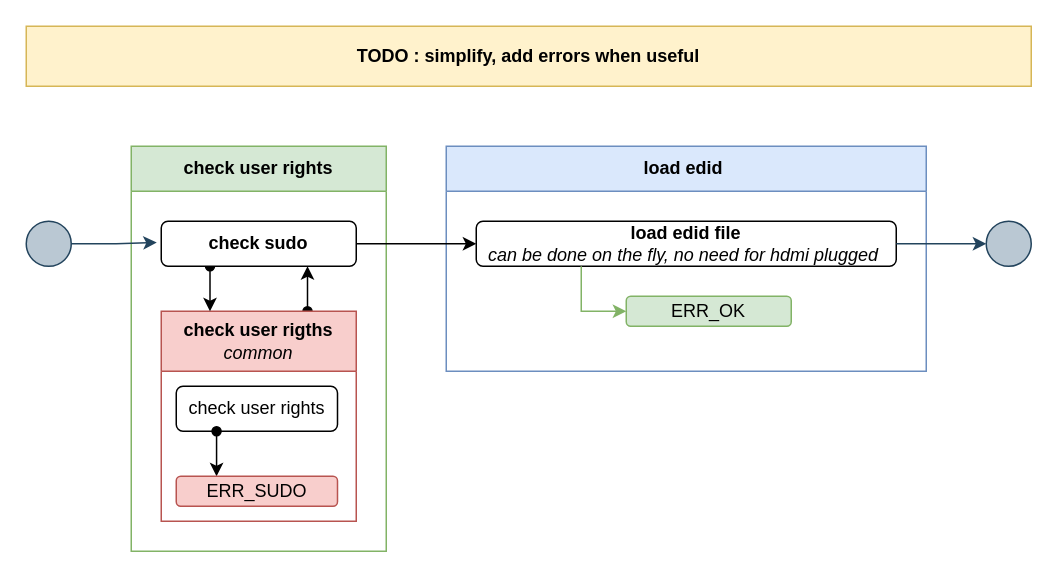
repeact/embedded-sw keeps this draw.io diagram as page "setup-process" (3 of 5) of docs/arch/arch.drawio. Above is the earlier version. Source tidied: cells renumbered, new cells numbered last; positions are measured from the earlier drawing's top-left corner, leaving out a move shared by most shapes. Both pictures are drawn from the tidied source at 150%, with x=0, y=0 at pixel (26, 26).
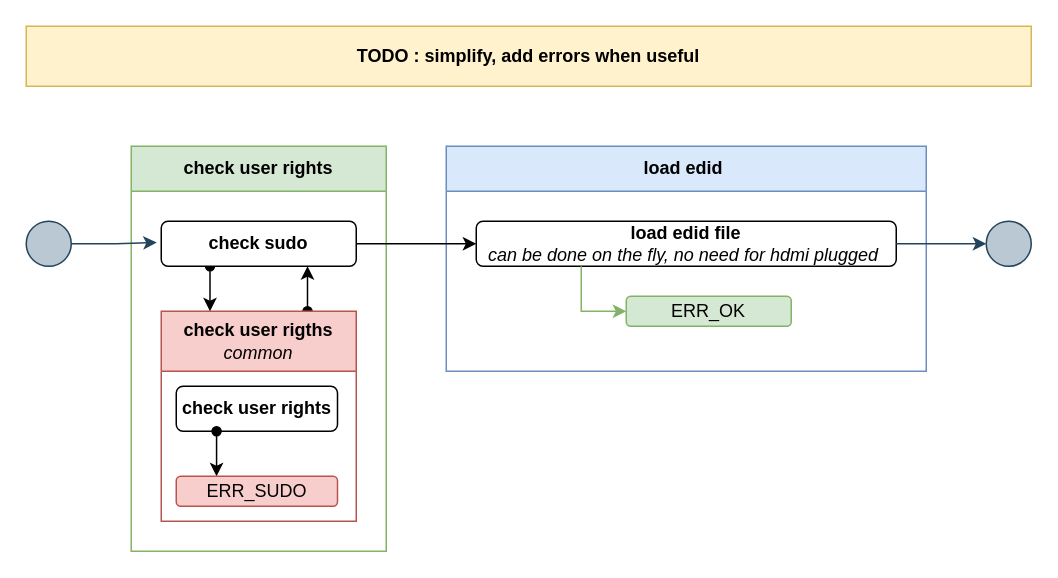
The same page after the edit.

Unchanged cells that the change refers to:
```xml
<mxCell id="4" value="check user rigths&lt;div&gt;&lt;i style=&quot;font-weight: normal;&quot;&gt;common&lt;/i&gt;&lt;/div&gt;" style="swimlane;whiteSpace=wrap;html=1;startSize=40;fillColor=#f8cecc;strokeColor=#b85450;" parent="2" vertex="1">
  <mxGeometry x="20" y="110" width="130" height="140" as="geometry" />
</mxCell>
```

The edit, as a diff of the source:
```diff
@@
-    <mxCell id="5" value="check user rights" style="rounded=1;whiteSpace=wrap;html=1;" parent="4" vertex="1">
+    <mxCell id="5" value="check user rights" style="rounded=1;whiteSpace=wrap;html=1;fontStyle=1;" parent="4" vertex="1">
       <mxGeometry x="10" y="50" width="107.5" height="30" as="geometry" />
     </mxCell>
```
